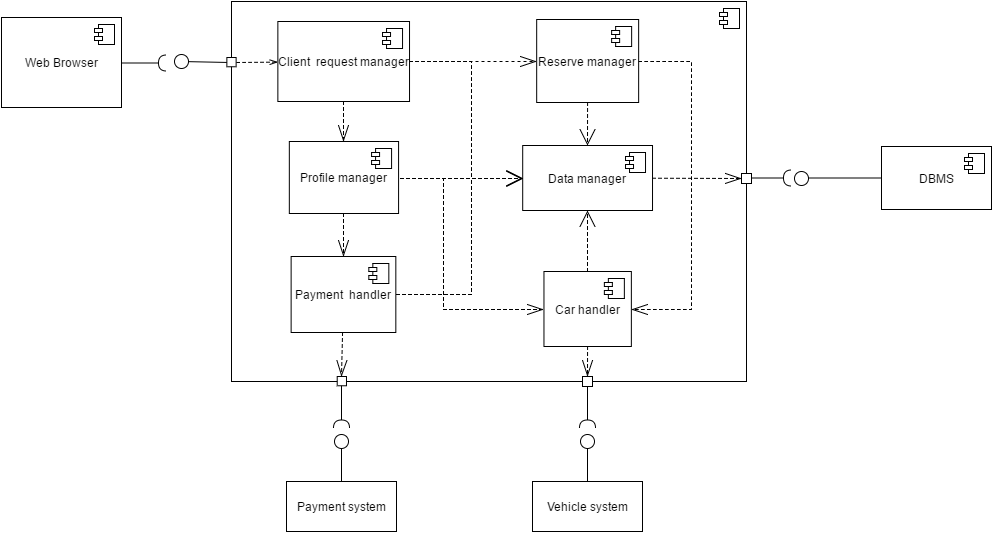
Earlier version of the draw.io export DD/componentDiagram.png (Riccardo94/SoftwareEng2). Source tidied: cells renumbered, new cells last; positions are measured from the earlier drawing's top-left corner, leaving out a move shared by most shapes.
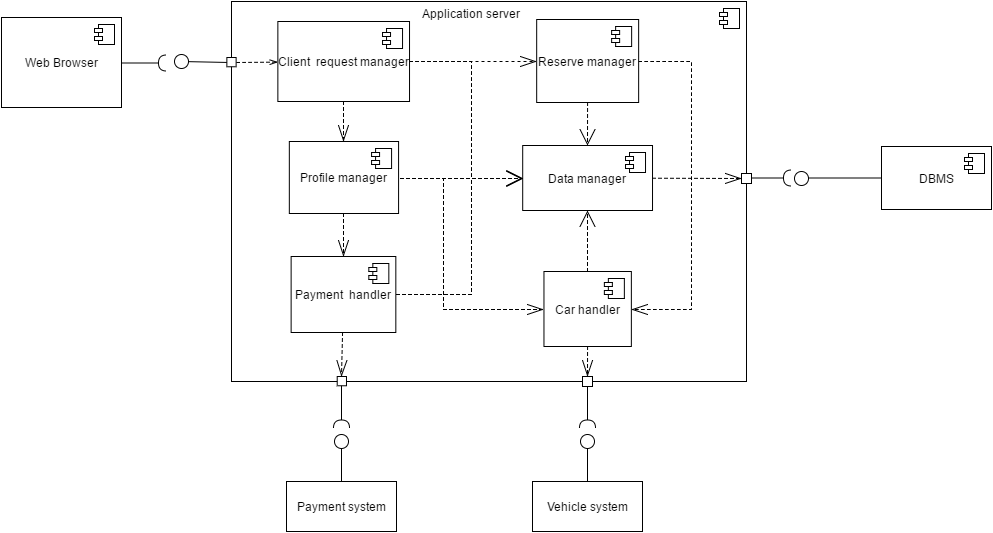
Above is the later version.

Change to the diagram source:
```diff
@@ -125,6 +125,9 @@
     <mxCell id="29" style="whiteSpace=wrap;html=1;rounded=0;glass=0;align=center;" parent="5" vertex="1">
       <mxGeometry x="-4.6" y="56" width="9.3" height="9.3" as="geometry" />
     </mxCell>
+    <mxCell id="48" value="Application server" style="text;html=1;align=left;verticalAlign=top;spacingTop=-4;" parent="5" vertex="1">
+      <mxGeometry x="189" y="3" width="110" height="20" as="geometry" />
+    </mxCell>
     <mxCell id="30" value="Web Browser" style="html=1;" parent="1" vertex="1">
       <mxGeometry y="16" width="120" height="90" as="geometry" />
     </mxCell>
```
